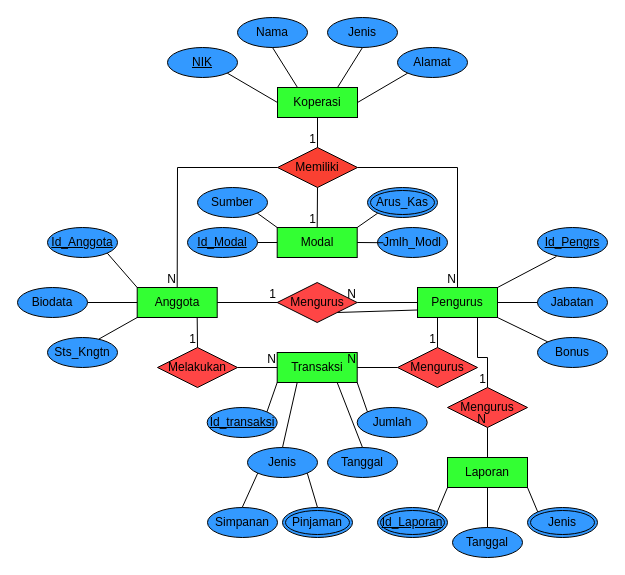
This is Koperasi.drawio from yogadwipayana/ERD, a draw.io file, before an edit. Source tidied: cells renumbered, new cells numbered last; positions are measured from the earlier drawing's top-left corner, leaving out a move shared by most shapes. Both pictures are drawn from the tidied source at 100%, with x=0, y=0 at pixel (17, 17).
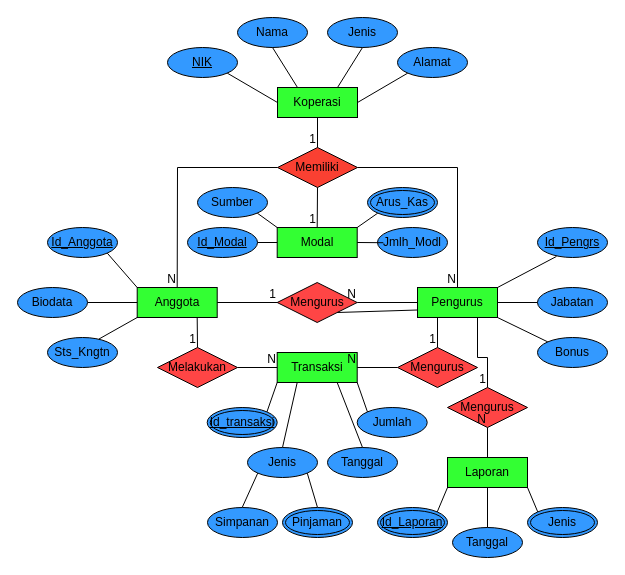
The same diagram, later.

Diff of the diagram source:
```diff
@@
-    <mxCell id="15" value="Id_transaksi" style="ellipse;whiteSpace=wrap;html=1;align=center;fontStyle=4;fillColor=#3399FF;" parent="1" vertex="1">
+    <mxCell id="15" value="Id_transaksi" style="ellipse;shape=doubleEllipse;margin=3;whiteSpace=wrap;html=1;align=center;fillColor=#3399FF;fontStyle=4;" parent="1" vertex="1">
       <mxGeometry x="189.7" y="390" width="70" height="30" as="geometry" />
     </mxCell>
```
